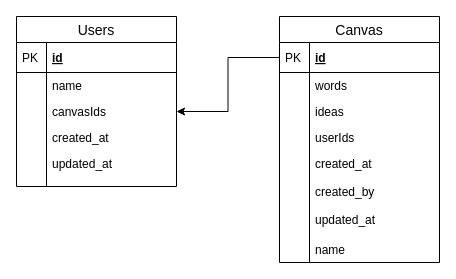
Earlier version of the draw.io diagram src/firebase/DbRelation.drawio (kkhs0603/create-ideas). Source tidied: cells renumbered, new cells numbered last; positions are measured from the earlier drawing's top-left corner, leaving out a move shared by most shapes. Both pictures are drawn from the tidied source at 100%, with x=0, y=0 at pixel (16, 16).
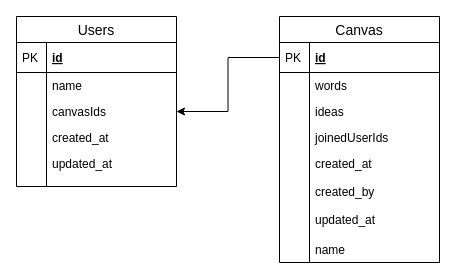
The same diagram, later.

The change refers to these unchanged cells:
```xml
<mxCell id="2" value="Canvas" style="swimlane;fontStyle=0;horizontal=1;startSize=26;align=center;fontSize=14;" parent="1" vertex="1">
  <mxGeometry x="263" width="160" height="246" as="geometry" />
</mxCell>
```

What changed in the source:
```diff
@@
-    <mxCell id="9" value="userIds&#10;" style="shape=partialRectangle;top=0;left=0;right=0;bottom=0;align=left;verticalAlign=top;fillColor=none;spacingLeft=34;spacingRight=4;overflow=hidden;fontSize=12;" parent="2" vertex="1">
+    <mxCell id="9" value="joinedUserIds" style="shape=partialRectangle;top=0;left=0;right=0;bottom=0;align=left;verticalAlign=top;fillColor=none;spacingLeft=34;spacingRight=4;overflow=hidden;fontSize=12;" parent="2" vertex="1">
       <mxGeometry y="108" width="160" height="26" as="geometry" />
     </mxCell>
```
